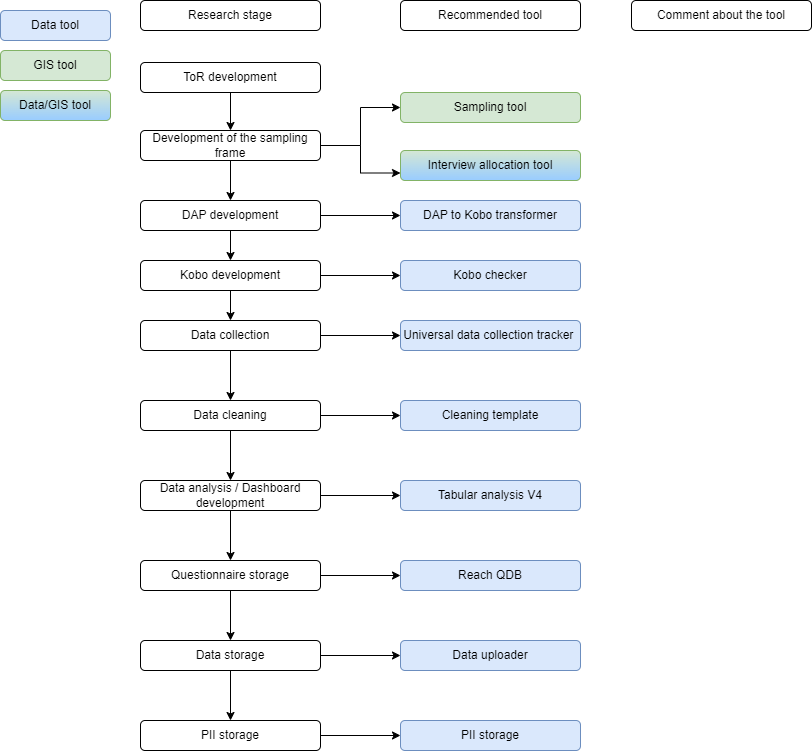
This is Untitled Diagram.drawio.png from Nestor-Ch/Data_processing_pipeline, a draw.io export, as it was before one commit. Source tidied: cells renumbered, new cells last; positions are measured from the earlier drawing's top-left corner, leaving out a move shared by most shapes. Source of this version:
```xml
<mxGraphModel>
  <root>
    <mxCell id="0" />
    <mxCell id="1" parent="0" />
    <mxCell id="2" style="edgeStyle=orthogonalEdgeStyle;rounded=0;jettySize=auto;html=1;exitX=0.5;exitY=1;exitDx=0;exitDy=0;entryX=0.5;entryY=0;entryDx=0;entryDy=0;" parent="1" edge="1" source="3" target="32">
      <mxGeometry relative="1" as="geometry" />
    </mxCell>
    <mxCell id="3" value="ToR development" style="rounded=1;whiteSpace=wrap;html=1;" parent="1" vertex="1">
      <mxGeometry x="140" y="62" width="180" height="30" as="geometry" />
    </mxCell>
    <mxCell id="4" value="Sampling tool" style="rounded=1;whiteSpace=wrap;html=1;fillColor=#d5e8d4;strokeColor=#82b366;" parent="1" vertex="1">
      <mxGeometry x="400" y="92" width="180" height="30" as="geometry" />
    </mxCell>
    <mxCell id="5" value="Data/GIS tool" style="rounded=1;whiteSpace=wrap;html=1;fillColor=#d5e8d4;strokeColor=#82b366;gradientColor=#99CCFF;" parent="1" vertex="1">
      <mxGeometry y="90" width="110" height="30" as="geometry" />
    </mxCell>
    <mxCell id="6" value="Data tool" style="rounded=1;whiteSpace=wrap;html=1;fillColor=#dae8fc;strokeColor=#6c8ebf;" parent="1" vertex="1">
      <mxGeometry y="10" width="110" height="30" as="geometry" />
    </mxCell>
    <mxCell id="7" value="GIS tool" style="rounded=1;whiteSpace=wrap;html=1;fillColor=#d5e8d4;strokeColor=#82b366;" parent="1" vertex="1">
      <mxGeometry y="50" width="110" height="30" as="geometry" />
    </mxCell>
    <mxCell id="8" value="Interview allocation tool" style="rounded=1;whiteSpace=wrap;html=1;fillColor=#d5e8d4;strokeColor=#82b366;gradientColor=#99CCFF;" parent="1" vertex="1">
      <mxGeometry x="400" y="150" width="180" height="30" as="geometry" />
    </mxCell>
    <mxCell id="9" style="edgeStyle=orthogonalEdgeStyle;rounded=0;jettySize=auto;html=1;exitX=0.5;exitY=1;exitDx=0;exitDy=0;entryX=0.5;entryY=0;entryDx=0;entryDy=0;" parent="1" edge="1" source="11" target="14">
      <mxGeometry relative="1" as="geometry" />
    </mxCell>
    <mxCell id="10" style="edgeStyle=orthogonalEdgeStyle;rounded=0;jettySize=auto;html=1;exitX=1;exitY=0.5;exitDx=0;exitDy=0;" parent="1" edge="1" source="11" target="15">
      <mxGeometry relative="1" as="geometry" />
    </mxCell>
    <mxCell id="11" value="DAP development" style="rounded=1;whiteSpace=wrap;html=1;" parent="1" vertex="1">
      <mxGeometry x="140" y="200" width="180" height="30" as="geometry" />
    </mxCell>
    <mxCell id="12" style="edgeStyle=orthogonalEdgeStyle;rounded=0;jettySize=auto;html=1;" parent="1" edge="1" source="14" target="18">
      <mxGeometry relative="1" as="geometry" />
    </mxCell>
    <mxCell id="13" style="edgeStyle=orthogonalEdgeStyle;rounded=0;jettySize=auto;html=1;entryX=0;entryY=0.5;entryDx=0;entryDy=0;" parent="1" edge="1" source="14" target="19">
      <mxGeometry relative="1" as="geometry" />
    </mxCell>
    <mxCell id="14" value="Kobo development" style="rounded=1;whiteSpace=wrap;html=1;" parent="1" vertex="1">
      <mxGeometry x="140" y="260" width="180" height="30" as="geometry" />
    </mxCell>
    <mxCell id="15" value="DAP to Kobo transformer" style="rounded=1;whiteSpace=wrap;html=1;fillColor=#dae8fc;strokeColor=#6c8ebf;" parent="1" vertex="1">
      <mxGeometry x="400" y="200" width="180" height="30" as="geometry" />
    </mxCell>
    <mxCell id="16" style="edgeStyle=orthogonalEdgeStyle;rounded=0;jettySize=auto;html=1;exitX=0.5;exitY=1;exitDx=0;exitDy=0;entryX=0.5;entryY=0;entryDx=0;entryDy=0;" parent="1" edge="1" source="18" target="22">
      <mxGeometry relative="1" as="geometry" />
    </mxCell>
    <mxCell id="17" style="edgeStyle=orthogonalEdgeStyle;rounded=0;jettySize=auto;html=1;exitX=1;exitY=0.5;exitDx=0;exitDy=0;entryX=0;entryY=0.5;entryDx=0;entryDy=0;" parent="1" edge="1" source="18" target="33">
      <mxGeometry relative="1" as="geometry" />
    </mxCell>
    <mxCell id="18" value="Data collection" style="rounded=1;whiteSpace=wrap;html=1;" parent="1" vertex="1">
      <mxGeometry x="140" y="320" width="180" height="30" as="geometry" />
    </mxCell>
    <mxCell id="19" value="Kobo checker" style="rounded=1;whiteSpace=wrap;html=1;fillColor=#dae8fc;strokeColor=#6c8ebf;" parent="1" vertex="1">
      <mxGeometry x="400" y="260" width="180" height="30" as="geometry" />
    </mxCell>
    <mxCell id="20" style="edgeStyle=orthogonalEdgeStyle;rounded=0;jettySize=auto;html=1;exitX=1;exitY=0.5;exitDx=0;exitDy=0;" parent="1" edge="1" source="22" target="23">
      <mxGeometry relative="1" as="geometry" />
    </mxCell>
    <mxCell id="21" style="edgeStyle=orthogonalEdgeStyle;rounded=0;jettySize=auto;html=1;exitX=0.5;exitY=1;exitDx=0;exitDy=0;" parent="1" edge="1" source="22" target="26">
      <mxGeometry relative="1" as="geometry" />
    </mxCell>
    <mxCell id="22" value="Data cleaning" style="rounded=1;whiteSpace=wrap;html=1;" parent="1" vertex="1">
      <mxGeometry x="140" y="400" width="180" height="30" as="geometry" />
    </mxCell>
    <mxCell id="23" value="Cleaning template" style="rounded=1;whiteSpace=wrap;html=1;fillColor=#dae8fc;strokeColor=#6c8ebf;" parent="1" vertex="1">
      <mxGeometry x="400" y="400" width="180" height="30" as="geometry" />
    </mxCell>
    <mxCell id="24" style="edgeStyle=orthogonalEdgeStyle;rounded=0;jettySize=auto;html=1;" parent="1" edge="1" source="26" target="35">
      <mxGeometry relative="1" as="geometry" />
    </mxCell>
    <mxCell id="25" style="edgeStyle=orthogonalEdgeStyle;rounded=0;jettySize=auto;html=1;" parent="1" edge="1" source="26" target="38">
      <mxGeometry relative="1" as="geometry" />
    </mxCell>
    <mxCell id="26" value="Data analysis / Dashboard development" style="rounded=1;whiteSpace=wrap;html=1;" parent="1" vertex="1">
      <mxGeometry x="140" y="480" width="180" height="30" as="geometry" />
    </mxCell>
    <mxCell id="27" value="Research stage" style="rounded=1;whiteSpace=wrap;html=1;" parent="1" vertex="1">
      <mxGeometry x="140" width="180" height="30" as="geometry" />
    </mxCell>
    <mxCell id="28" value="Recommended tool" style="rounded=1;whiteSpace=wrap;html=1;" parent="1" vertex="1">
      <mxGeometry x="400" width="180" height="30" as="geometry" />
    </mxCell>
    <mxCell id="29" style="edgeStyle=orthogonalEdgeStyle;rounded=0;jettySize=auto;html=1;exitX=0.5;exitY=1;exitDx=0;exitDy=0;" parent="1" edge="1" source="32" target="11">
      <mxGeometry relative="1" as="geometry" />
    </mxCell>
    <mxCell id="30" style="edgeStyle=orthogonalEdgeStyle;rounded=0;jettySize=auto;html=1;entryX=0;entryY=0.5;entryDx=0;entryDy=0;" parent="1" edge="1" source="32" target="4">
      <mxGeometry relative="1" as="geometry" />
    </mxCell>
    <mxCell id="31" style="edgeStyle=orthogonalEdgeStyle;rounded=0;jettySize=auto;html=1;exitX=1;exitY=0.5;exitDx=0;exitDy=0;entryX=0;entryY=0.75;entryDx=0;entryDy=0;" parent="1" edge="1" source="32" target="8">
      <mxGeometry relative="1" as="geometry" />
    </mxCell>
    <mxCell id="32" value="Development of the sampling frame" style="rounded=1;whiteSpace=wrap;html=1;" parent="1" vertex="1">
      <mxGeometry x="140" y="130" width="180" height="30" as="geometry" />
    </mxCell>
    <mxCell id="33" value="Universal data collection tracker&amp;nbsp;" style="rounded=1;whiteSpace=wrap;html=1;fillColor=#dae8fc;strokeColor=#6c8ebf;" parent="1" vertex="1">
      <mxGeometry x="400" y="320" width="180" height="30" as="geometry" />
    </mxCell>
    <mxCell id="34" value="Comment about the tool" style="rounded=1;whiteSpace=wrap;html=1;" parent="1" vertex="1">
      <mxGeometry x="631" width="180" height="30" as="geometry" />
    </mxCell>
    <mxCell id="35" value="Tabular analysis V4" style="rounded=1;whiteSpace=wrap;html=1;fillColor=#dae8fc;strokeColor=#6c8ebf;" parent="1" vertex="1">
      <mxGeometry x="400" y="480" width="180" height="30" as="geometry" />
    </mxCell>
    <mxCell id="36" style="edgeStyle=orthogonalEdgeStyle;rounded=0;jettySize=auto;html=1;exitX=1;exitY=0.5;exitDx=0;exitDy=0;entryX=0;entryY=0.5;entryDx=0;entryDy=0;" parent="1" edge="1" source="38" target="39">
      <mxGeometry relative="1" as="geometry" />
    </mxCell>
    <mxCell id="37" style="edgeStyle=orthogonalEdgeStyle;rounded=0;jettySize=auto;html=1;" parent="1" edge="1" source="38" target="42">
      <mxGeometry relative="1" as="geometry" />
    </mxCell>
    <mxCell id="38" value="Questionnaire storage" style="rounded=1;whiteSpace=wrap;html=1;" parent="1" vertex="1">
      <mxGeometry x="140" y="560" width="180" height="30" as="geometry" />
    </mxCell>
    <mxCell id="39" value="Reach QDB" style="rounded=1;whiteSpace=wrap;html=1;fillColor=#dae8fc;strokeColor=#6c8ebf;" parent="1" vertex="1">
      <mxGeometry x="400" y="560" width="180" height="30" as="geometry" />
    </mxCell>
    <mxCell id="40" style="edgeStyle=orthogonalEdgeStyle;rounded=0;jettySize=auto;html=1;" parent="1" edge="1" source="42" target="45">
      <mxGeometry relative="1" as="geometry" />
    </mxCell>
    <mxCell id="41" style="edgeStyle=orthogonalEdgeStyle;rounded=0;jettySize=auto;html=1;" parent="1" edge="1" source="42" target="43">
      <mxGeometry relative="1" as="geometry" />
    </mxCell>
    <mxCell id="42" value="Data storage" style="rounded=1;whiteSpace=wrap;html=1;" parent="1" vertex="1">
      <mxGeometry x="140" y="640" width="180" height="30" as="geometry" />
    </mxCell>
    <mxCell id="43" value="Data uploader" style="rounded=1;whiteSpace=wrap;html=1;fillColor=#dae8fc;strokeColor=#6c8ebf;" parent="1" vertex="1">
      <mxGeometry x="400" y="640" width="180" height="30" as="geometry" />
    </mxCell>
    <mxCell id="44" style="edgeStyle=orthogonalEdgeStyle;rounded=0;jettySize=auto;html=1;" parent="1" edge="1" source="45" target="46">
      <mxGeometry relative="1" as="geometry" />
    </mxCell>
    <mxCell id="45" value="PII storage" style="rounded=1;whiteSpace=wrap;html=1;" parent="1" vertex="1">
      <mxGeometry x="140" y="720" width="180" height="30" as="geometry" />
    </mxCell>
    <mxCell id="46" value="PII storage" style="rounded=1;whiteSpace=wrap;html=1;fillColor=#dae8fc;strokeColor=#6c8ebf;" parent="1" vertex="1">
      <mxGeometry x="400" y="720" width="180" height="30" as="geometry" />
    </mxCell>
  </root>
</mxGraphModel>
```
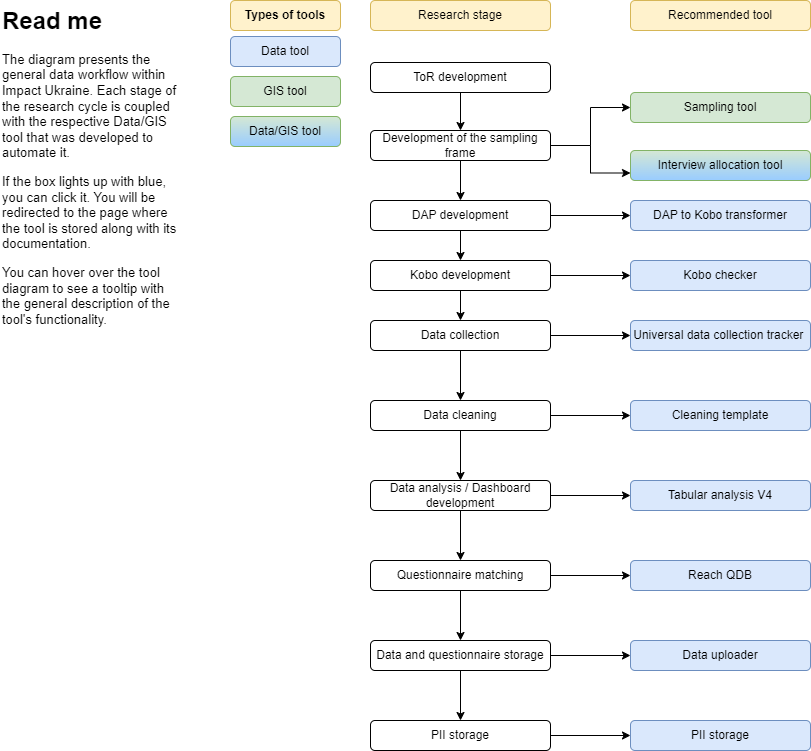
After the commit.

The edit, as a diff of the source:
```diff
@@ -12,13 +12,13 @@
       <mxGeometry x="400" y="92" width="180" height="30" as="geometry" />
     </mxCell>
     <mxCell id="5" value="Data/GIS tool" style="rounded=1;whiteSpace=wrap;html=1;fillColor=#d5e8d4;strokeColor=#82b366;gradientColor=#99CCFF;" parent="1" vertex="1">
-      <mxGeometry y="90" width="110" height="30" as="geometry" />
+      <mxGeometry y="116" width="110" height="30" as="geometry" />
     </mxCell>
     <mxCell id="6" value="Data tool" style="rounded=1;whiteSpace=wrap;html=1;fillColor=#dae8fc;strokeColor=#6c8ebf;" parent="1" vertex="1">
-      <mxGeometry y="10" width="110" height="30" as="geometry" />
+      <mxGeometry y="36" width="110" height="30" as="geometry" />
     </mxCell>
     <mxCell id="7" value="GIS tool" style="rounded=1;whiteSpace=wrap;html=1;fillColor=#d5e8d4;strokeColor=#82b366;" parent="1" vertex="1">
-      <mxGeometry y="50" width="110" height="30" as="geometry" />
+      <mxGeometry y="76" width="110" height="30" as="geometry" />
     </mxCell>
     <mxCell id="8" value="Interview allocation tool" style="rounded=1;whiteSpace=wrap;html=1;fillColor=#d5e8d4;strokeColor=#82b366;gradientColor=#99CCFF;" parent="1" vertex="1">
       <mxGeometry x="400" y="150" width="180" height="30" as="geometry" />
@@ -77,10 +77,10 @@
     <mxCell id="26" value="Data analysis / Dashboard development" style="rounded=1;whiteSpace=wrap;html=1;" parent="1" vertex="1">
       <mxGeometry x="140" y="480" width="180" height="30" as="geometry" />
     </mxCell>
-    <mxCell id="27" value="Research stage" style="rounded=1;whiteSpace=wrap;html=1;" parent="1" vertex="1">
+    <mxCell id="27" value="Research stage" style="rounded=1;whiteSpace=wrap;html=1;fillColor=#fff2cc;strokeColor=#d6b656;" parent="1" vertex="1">
       <mxGeometry x="140" width="180" height="30" as="geometry" />
     </mxCell>
-    <mxCell id="28" value="Recommended tool" style="rounded=1;whiteSpace=wrap;html=1;" parent="1" vertex="1">
+    <mxCell id="28" value="Recommended tool" style="rounded=1;whiteSpace=wrap;html=1;fillColor=#fff2cc;strokeColor=#d6b656;" parent="1" vertex="1">
       <mxGeometry x="400" width="180" height="30" as="geometry" />
     </mxCell>
     <mxCell id="29" style="edgeStyle=orthogonalEdgeStyle;rounded=0;jettySize=auto;html=1;exitX=0.5;exitY=1;exitDx=0;exitDy=0;" parent="1" edge="1" source="32" target="11">
@@ -98,9 +98,6 @@
     <mxCell id="33" value="Universal data collection tracker&amp;nbsp;" style="rounded=1;whiteSpace=wrap;html=1;fillColor=#dae8fc;strokeColor=#6c8ebf;" parent="1" vertex="1">
       <mxGeometry x="400" y="320" width="180" height="30" as="geometry" />
     </mxCell>
-    <mxCell id="34" value="Comment about the tool" style="rounded=1;whiteSpace=wrap;html=1;" parent="1" vertex="1">
-      <mxGeometry x="631" width="180" height="30" as="geometry" />
-    </mxCell>
     <mxCell id="35" value="Tabular analysis V4" style="rounded=1;whiteSpace=wrap;html=1;fillColor=#dae8fc;strokeColor=#6c8ebf;" parent="1" vertex="1">
       <mxGeometry x="400" y="480" width="180" height="30" as="geometry" />
     </mxCell>
@@ -110,7 +107,7 @@
     <mxCell id="37" style="edgeStyle=orthogonalEdgeStyle;rounded=0;jettySize=auto;html=1;" parent="1" edge="1" source="38" target="42">
       <mxGeometry relative="1" as="geometry" />
     </mxCell>
-    <mxCell id="38" value="Questionnaire storage" style="rounded=1;whiteSpace=wrap;html=1;" parent="1" vertex="1">
+    <mxCell id="38" value="Questionnaire matching" style="rounded=1;whiteSpace=wrap;html=1;" parent="1" vertex="1">
       <mxGeometry x="140" y="560" width="180" height="30" as="geometry" />
     </mxCell>
     <mxCell id="39" value="Reach QDB" style="rounded=1;whiteSpace=wrap;html=1;fillColor=#dae8fc;strokeColor=#6c8ebf;" parent="1" vertex="1">
@@ -122,7 +119,7 @@
     <mxCell id="41" style="edgeStyle=orthogonalEdgeStyle;rounded=0;jettySize=auto;html=1;" parent="1" edge="1" source="42" target="43">
       <mxGeometry relative="1" as="geometry" />
     </mxCell>
-    <mxCell id="42" value="Data storage" style="rounded=1;whiteSpace=wrap;html=1;" parent="1" vertex="1">
+    <mxCell id="42" value="Data and questionnaire storage" style="rounded=1;whiteSpace=wrap;html=1;" parent="1" vertex="1">
       <mxGeometry x="140" y="640" width="180" height="30" as="geometry" />
     </mxCell>
     <mxCell id="43" value="Data uploader" style="rounded=1;whiteSpace=wrap;html=1;fillColor=#dae8fc;strokeColor=#6c8ebf;" parent="1" vertex="1">
@@ -137,5 +134,11 @@
     <mxCell id="46" value="PII storage" style="rounded=1;whiteSpace=wrap;html=1;fillColor=#dae8fc;strokeColor=#6c8ebf;" parent="1" vertex="1">
       <mxGeometry x="400" y="720" width="180" height="30" as="geometry" />
     </mxCell>
+    <mxCell id="47" value="&lt;b&gt;Types of tools&lt;/b&gt;" style="text;html=1;align=center;verticalAlign=middle;whiteSpace=wrap;rounded=1;strokeColor=#d6b656;fillColor=#fff2cc;" parent="1" vertex="1">
+      <mxGeometry width="110" height="30" as="geometry" />
+    </mxCell>
+    <mxCell id="48" value="&lt;h1 style=&quot;margin-top: 0px;&quot;&gt;Read me&lt;/h1&gt;&lt;p style=&quot;font-size: 13px;&quot;&gt;&lt;font style=&quot;font-size: 13px;&quot;&gt;The diagram presents the general data workflow within Impact Ukraine. Each stage of the research cycle is coupled with the respective Data/GIS tool that was developed to automate it.&amp;nbsp;&lt;/font&gt;&lt;/p&gt;&lt;p style=&quot;font-size: 13px;&quot;&gt;&lt;font style=&quot;font-size: 13px;&quot;&gt;If the box lights up with blue, you can click it. You will be redirected to the page where the tool is stored along with its documentation.&lt;/font&gt;&lt;/p&gt;&lt;p style=&quot;font-size: 13px;&quot;&gt;&lt;font style=&quot;font-size: 13px;&quot;&gt;You can hover over the tool diagram to see a tooltip with the general description of the tool's functionality.&lt;/font&gt;&lt;/p&gt;" style="text;html=1;whiteSpace=wrap;overflow=hidden;rounded=0;" parent="1" vertex="1">
+      <mxGeometry x="-230" width="180" height="340" as="geometry" />
+    </mxCell>
   </root>
 </mxGraphModel>
```
